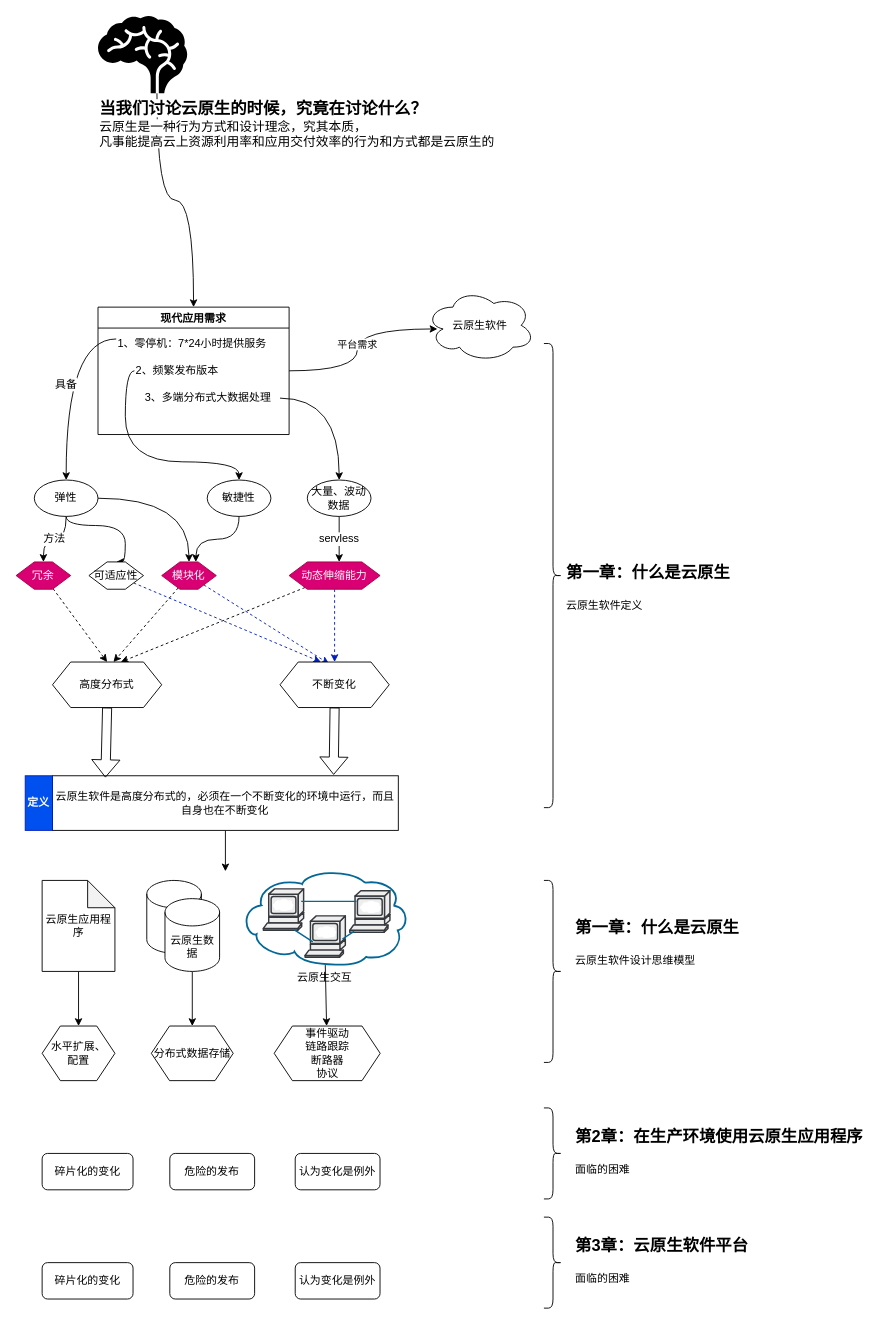
Above: page "云原生模式第一章" (2 of 3) of 计算机阅读笔记.drawio in qymmdj/draw-io (draw.io), before the change. Source tidied: cells renumbered, new cells numbered last; positions are measured from the earlier drawing's top-left corner, leaving out a move shared by most shapes. Both pictures are drawn from the tidied source at 91%, with x=0, y=0 at pixel (15, 15).
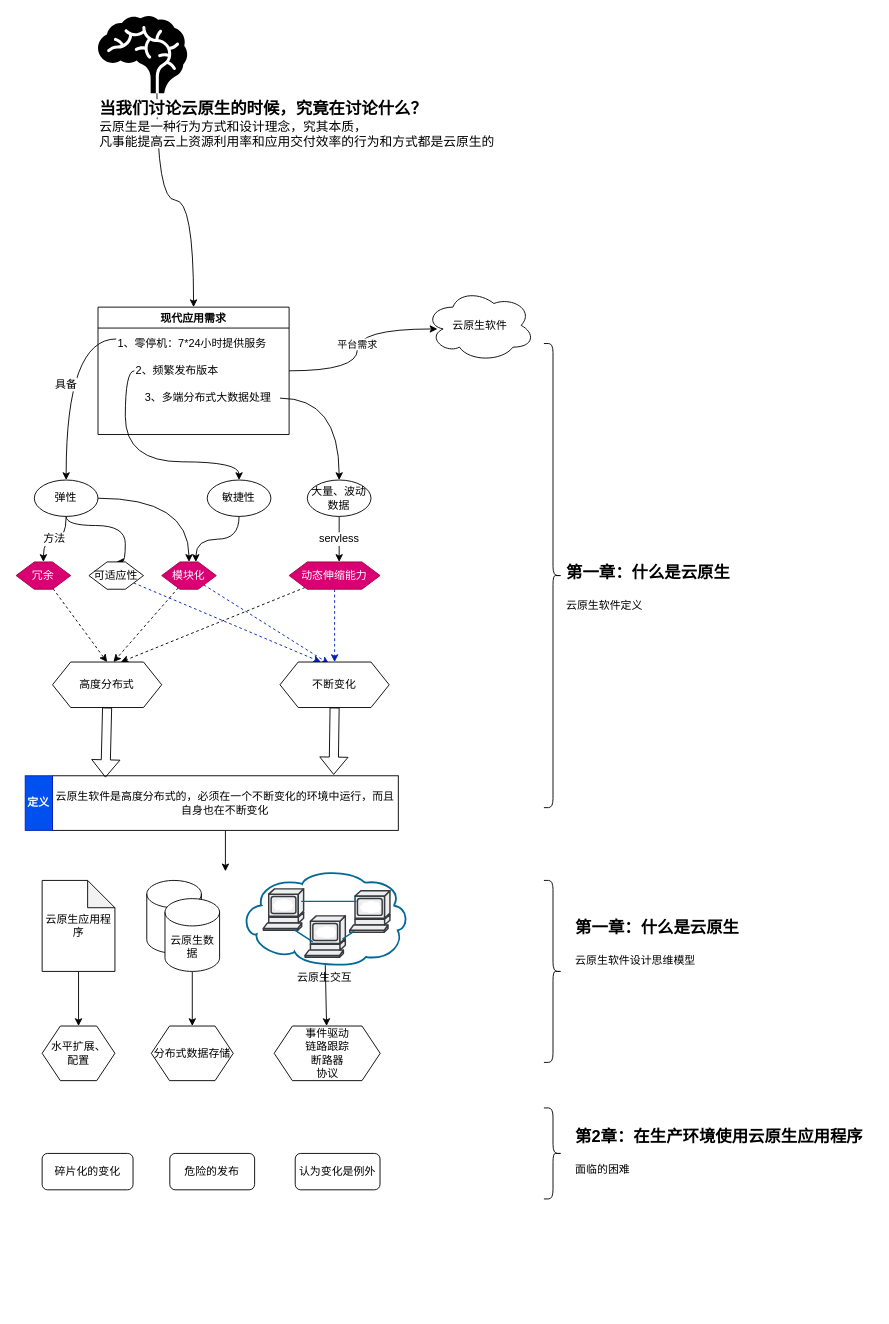
The same diagram, later.

Commit message:
Update 计算机阅读笔记.drawio

The edit, as a diff of the source:
```diff
@@
-    <mxCell id="57" value="碎片化的变化" style="rounded=1;whiteSpace=wrap;html=1;" parent="1" vertex="1">
-      <mxGeometry x="28.8" y="1370" width="99.9" height="40" as="geometry" />
-    </mxCell>
-    <mxCell id="58" value="危险的发布" style="rounded=1;whiteSpace=wrap;html=1;" parent="1" vertex="1">
-      <mxGeometry x="169.1" y="1370" width="93.2" height="40" as="geometry" />
-    </mxCell>
-    <mxCell id="59" value="认为变化是例外" style="rounded=1;whiteSpace=wrap;html=1;" parent="1" vertex="1">
-      <mxGeometry x="306.9" y="1370" width="93.2" height="40" as="geometry" />
-    </mxCell>
-    <mxCell id="60" style="shape=curlyBracket;whiteSpace=wrap;html=1;rounded=1;flipH=1;labelBorderColor=none;fontSize=18;" parent="1" vertex="1">
-      <mxGeometry x="580.2" y="1320" width="20" height="100" as="geometry" />
-    </mxCell>
-    <mxCell id="61" value="&lt;h1&gt;&lt;font style=&quot;font-size: 18px&quot;&gt;第3章：云原生软件平台&lt;/font&gt;&lt;/h1&gt;&lt;p&gt;面临的困难&lt;/p&gt;" style="text;html=1;strokeColor=none;fillColor=none;spacing=5;spacingTop=-20;whiteSpace=wrap;overflow=hidden;rounded=0;labelBorderColor=none;fontSize=12;" parent="1" vertex="1">
-      <mxGeometry x="610.2" y="1330" width="331.8" height="90" as="geometry" />
-    </mxCell>
```
